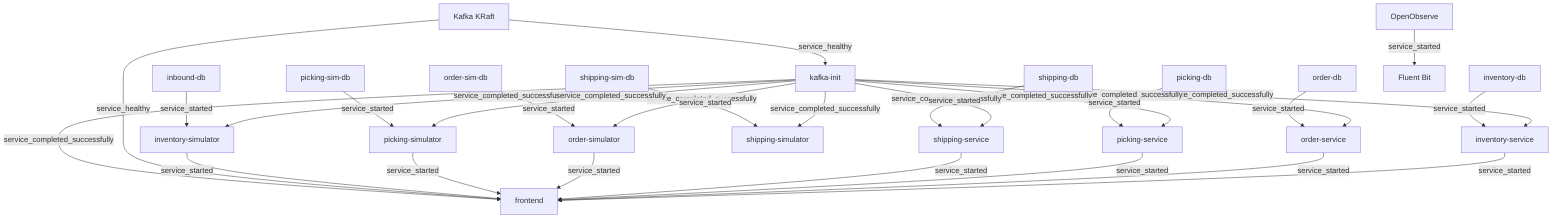
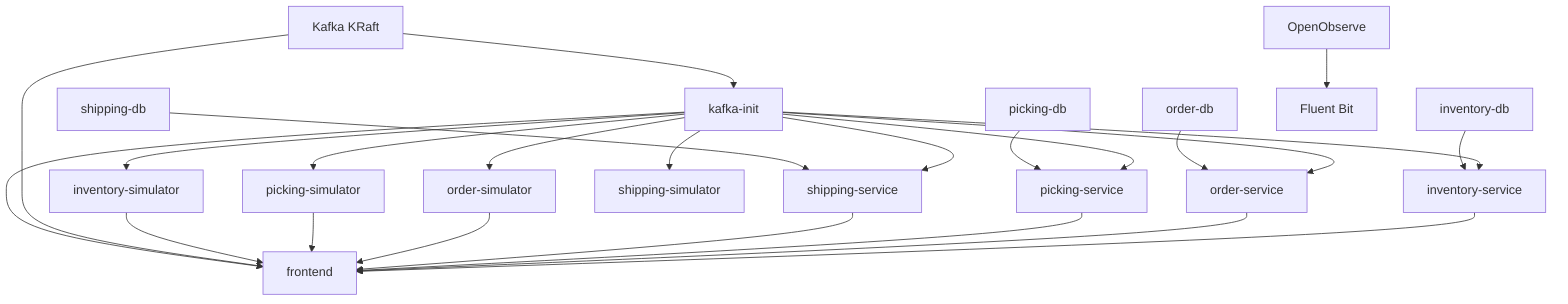
graph TD
-     KAFKA[Kafka KRaft] -->|service_healthy| KINIT[kafka-init]
-     KINIT -->|service_completed_successfully| INV[inventory-service]
-     KINIT -->|service_completed_successfully| ORD[order-service]
-     KINIT -->|service_completed_successfully| PICK[picking-service]
-     KINIT -->|service_completed_successfully| SHIP[shipping-service]
-     KINIT -->|service_completed_successfully| INVSIM[inventory-simulator]
-     KINIT -->|service_completed_successfully| SHIPSIM[shipping-simulator]
-     KINIT -->|service_completed_successfully| ORDSIM[order-simulator]
-     KINIT -->|service_completed_successfully| PICKSIM[picking-simulator]
+     KAFKA[Kafka KRaft] --> KINIT[kafka-init]
+     KINIT --> INV[inventory-service]
+     KINIT --> ORD[order-service]
+     KINIT --> PICK[picking-service]
+     KINIT --> SHIP[shipping-service]
+     KINIT --> INVSIM[inventory-simulator]
+     KINIT --> SHIPSIM[shipping-simulator]
+     KINIT --> ORDSIM[order-simulator]
+     KINIT --> PICKSIM[picking-simulator]

-     INVDB[inventory-db] -->|service_started| INV
-     ORDDB[order-db] -->|service_started| ORD
-     PICKDB[picking-db] -->|service_started| PICK
-     SHIPDB[shipping-db] -->|service_started| SHIP
-     INBDB[inbound-db] -->|service_started| INVSIM
-     SSDB[shipping-sim-db] -->|service_started| SHIPSIM
-     OSDB[order-sim-db] -->|service_started| ORDSIM
-     PSDB[picking-sim-db] -->|service_started| PICKSIM
+     INVDB[inventory-db] --> INV
+     ORDDB[order-db] --> ORD
+     PICKDB[picking-db] --> PICK
+     SHIPDB[shipping-db] --> SHIP

-     INV -->|service_started| FE[frontend]
-     ORD -->|service_started| FE
-     PICK -->|service_started| FE
-     SHIP -->|service_started| FE
-     ORDSIM -->|service_started| FE
-     PICKSIM -->|service_started| FE
-     INVSIM -->|service_started| FE
-     KAFKA -->|service_healthy| FE
-     KINIT -->|service_completed_successfully| FE
+     INV --> FE[frontend]
+     ORD --> FE
+     PICK --> FE
+     SHIP --> FE
+     ORDSIM --> FE
+     PICKSIM --> FE
+     INVSIM --> FE
+     KAFKA --> FE
+     KINIT --> FE

-     OO[OpenObserve] -->|service_started| FB[Fluent Bit]
+     OO[OpenObserve] --> FB[Fluent Bit]
